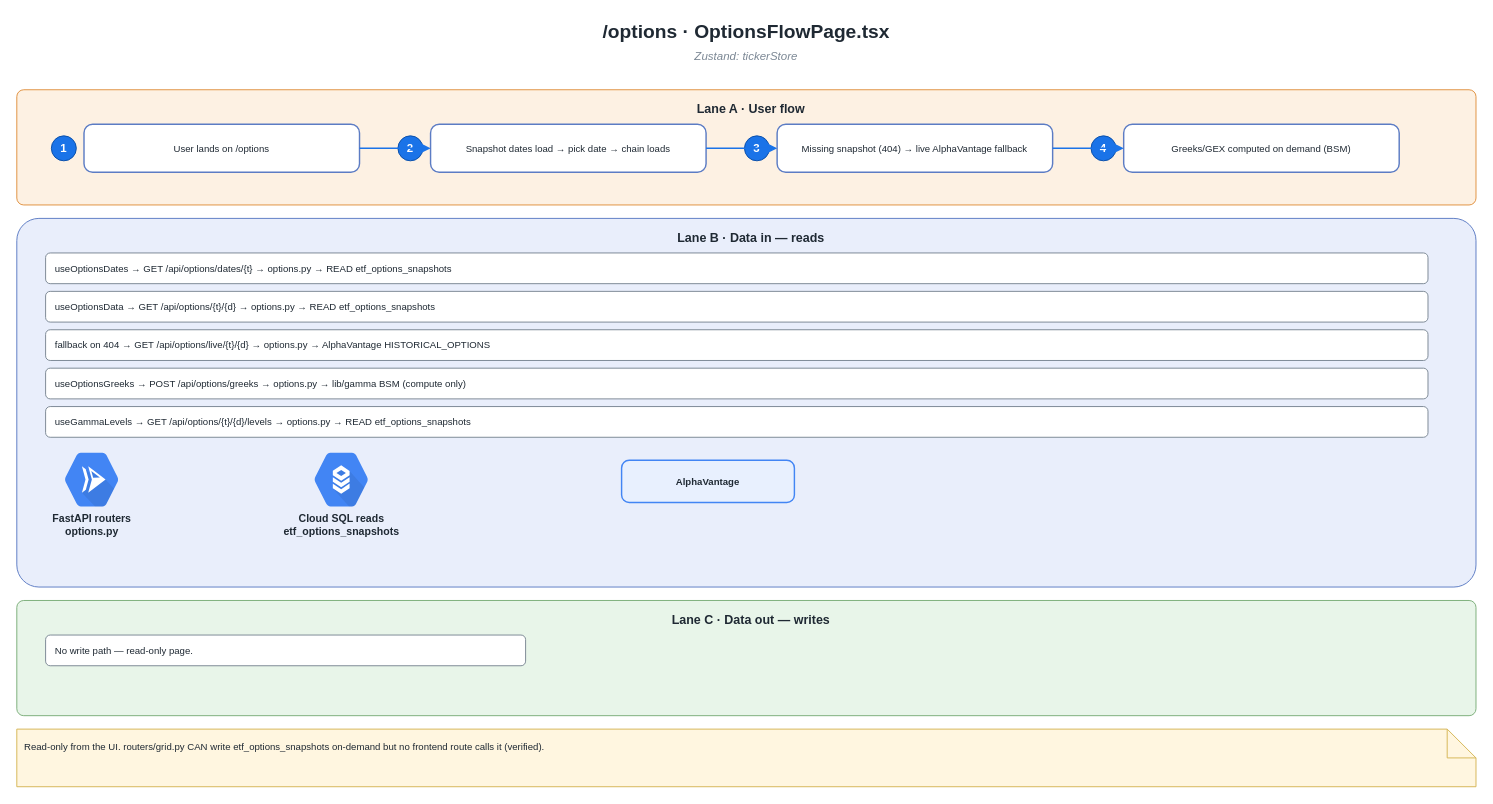
Above: page "6 · Options Flow" (7 of 15) of Frontend-icons.drawio in TeneikaAskew/solyra (draw.io), before the change. Source tidied: cells renumbered, new cells numbered last; positions are measured from the earlier drawing's top-left corner, leaving out a move shared by most shapes. Both pictures are drawn from the tidied source at 96%, with x=0, y=0 at pixel (16, 16).
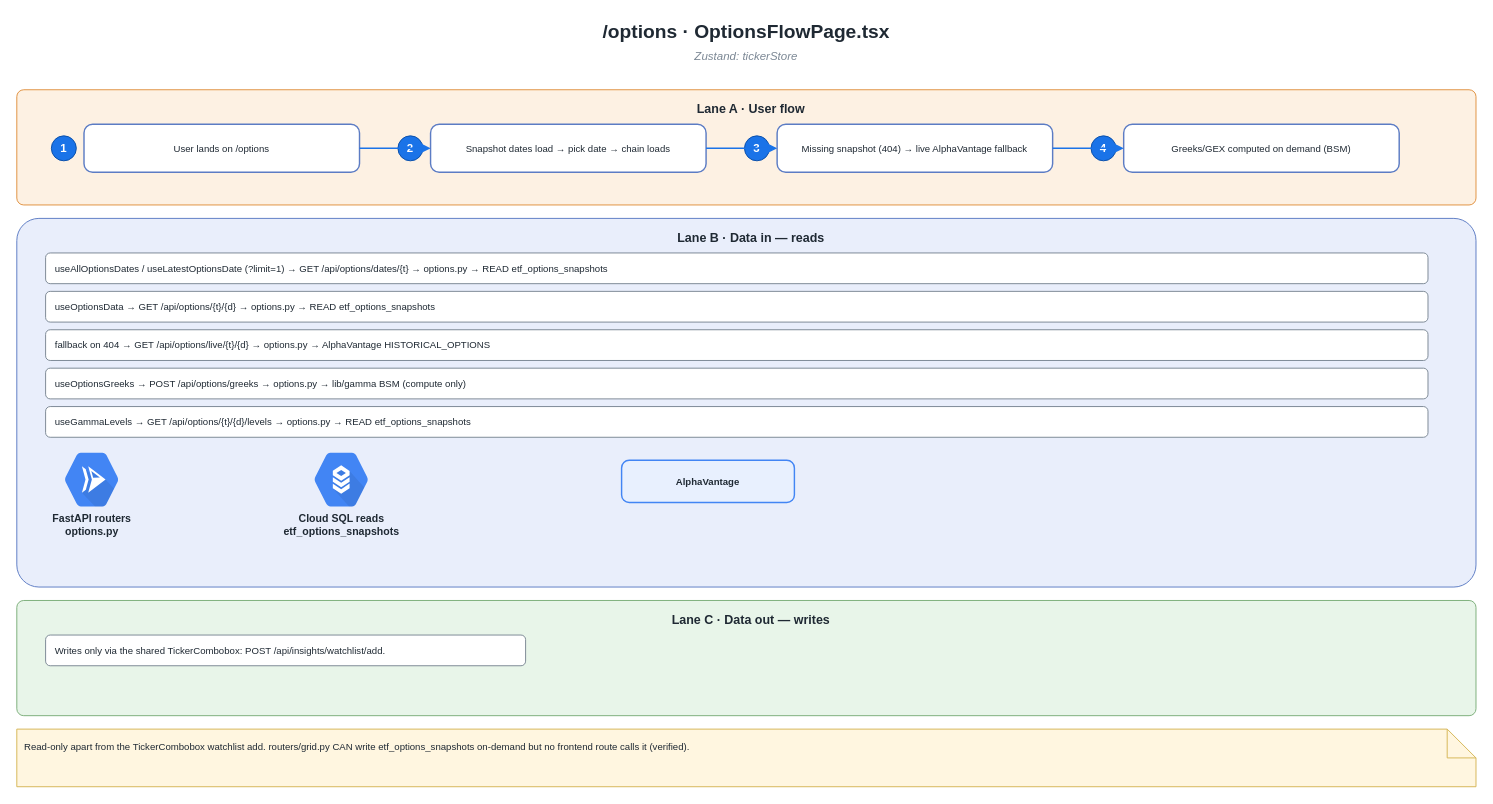
After the change.

Commit message (it also covers changes not shown here):
docs: carry the frontend map from #252

Re-cuts #252, which used both of its review rounds, as two branches.
This one takes FRONTEND.md, Frontend.drawio and Frontend-icons.drawio
exactly as they stood at #252's head (395ee86). The other five
documents go on their own branch. The corrections to #252's open
findings follow as separate commits.

What changed in the source:
```diff
@@
-    <mxCell id="17" value="useOptionsDates → GET /api/options/dates/{t} → options.py → READ etf_options_snapshots" style="rounded=1;whiteSpace=wrap;html=1;fillColor=#ffffff;strokeColor=#7b8794;fontSize=10;align=left;verticalAlign=middle;spacingLeft=8;fontColor=#1f2933;" parent="1" vertex="1">
+    <mxCell id="17" value="useAllOptionsDates / useLatestOptionsDate (?limit=1) → GET /api/options/dates/{t} → options.py → READ etf_options_snapshots" style="rounded=1;whiteSpace=wrap;html=1;fillColor=#ffffff;strokeColor=#7b8794;fontSize=10;align=left;verticalAlign=middle;spacingLeft=8;fontColor=#1f2933;" parent="1" vertex="1">
       <mxGeometry x="30" y="246" width="1440" height="32" as="geometry" />
     </mxCell>
@@
-    <mxCell id="26" value="No write path — read-only page." style="rounded=1;whiteSpace=wrap;html=1;fillColor=#ffffff;strokeColor=#7b8794;fontSize=10;align=left;verticalAlign=middle;spacingLeft=8;fontColor=#1f2933;" parent="1" vertex="1">
+    <mxCell id="26" value="Writes only via the shared TickerCombobox: POST /api/insights/watchlist/add." style="rounded=1;whiteSpace=wrap;html=1;fillColor=#ffffff;strokeColor=#7b8794;fontSize=10;align=left;verticalAlign=middle;spacingLeft=8;fontColor=#1f2933;" parent="1" vertex="1">
       <mxGeometry x="30" y="644" width="500" height="32" as="geometry" />
     </mxCell>
-    <mxCell id="27" value="Read-only from the UI. routers/grid.py CAN write etf_options_snapshots on-demand but no frontend route calls it (verified)." style="shape=note;whiteSpace=wrap;html=1;fillColor=#fff6e0;strokeColor=#d6b656;strokeWidth=1;fontSize=10;align=left;verticalAlign=top;spacing=8;fontColor=#1f2933;" parent="1" vertex="1">
+    <mxCell id="27" value="Read-only apart from the TickerCombobox watchlist add. routers/grid.py CAN write etf_options_snapshots on-demand but no frontend route calls it (verified)." style="shape=note;whiteSpace=wrap;html=1;fillColor=#fff6e0;strokeColor=#d6b656;strokeWidth=1;fontSize=10;align=left;verticalAlign=top;spacing=8;fontColor=#1f2933;" parent="1" vertex="1">
       <mxGeometry y="742" width="1520" height="60" as="geometry" />
     </mxCell>
```
